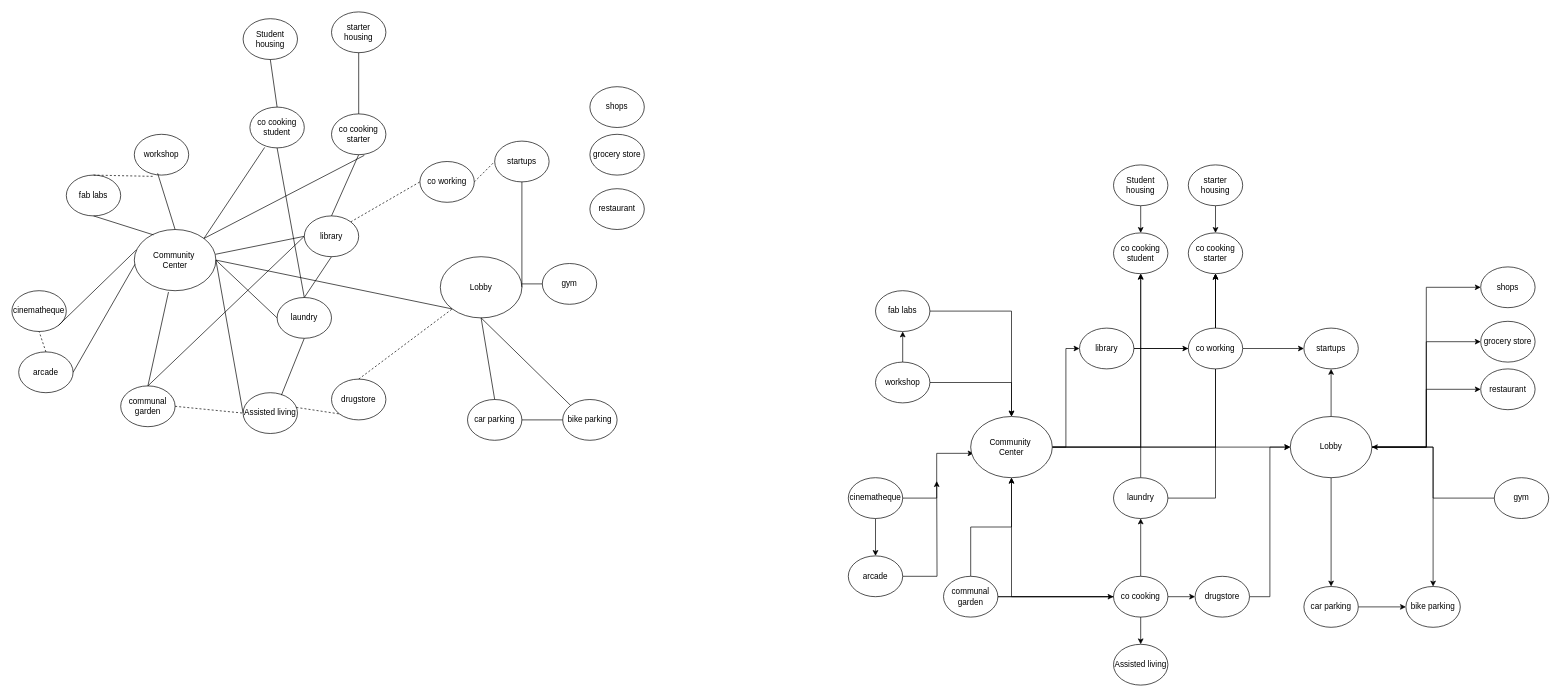
Before: webpage/docs/pdf/Metro_diag.drawio in Demnity/spatial_computing, a draw.io diagram. Source tidied: cells renumbered, new cells numbered last; positions are measured from the earlier drawing's top-left corner, leaving out a move shared by most shapes. Both pictures are drawn from the tidied source at 68%, with x=0, y=0 at pixel (12, 12).
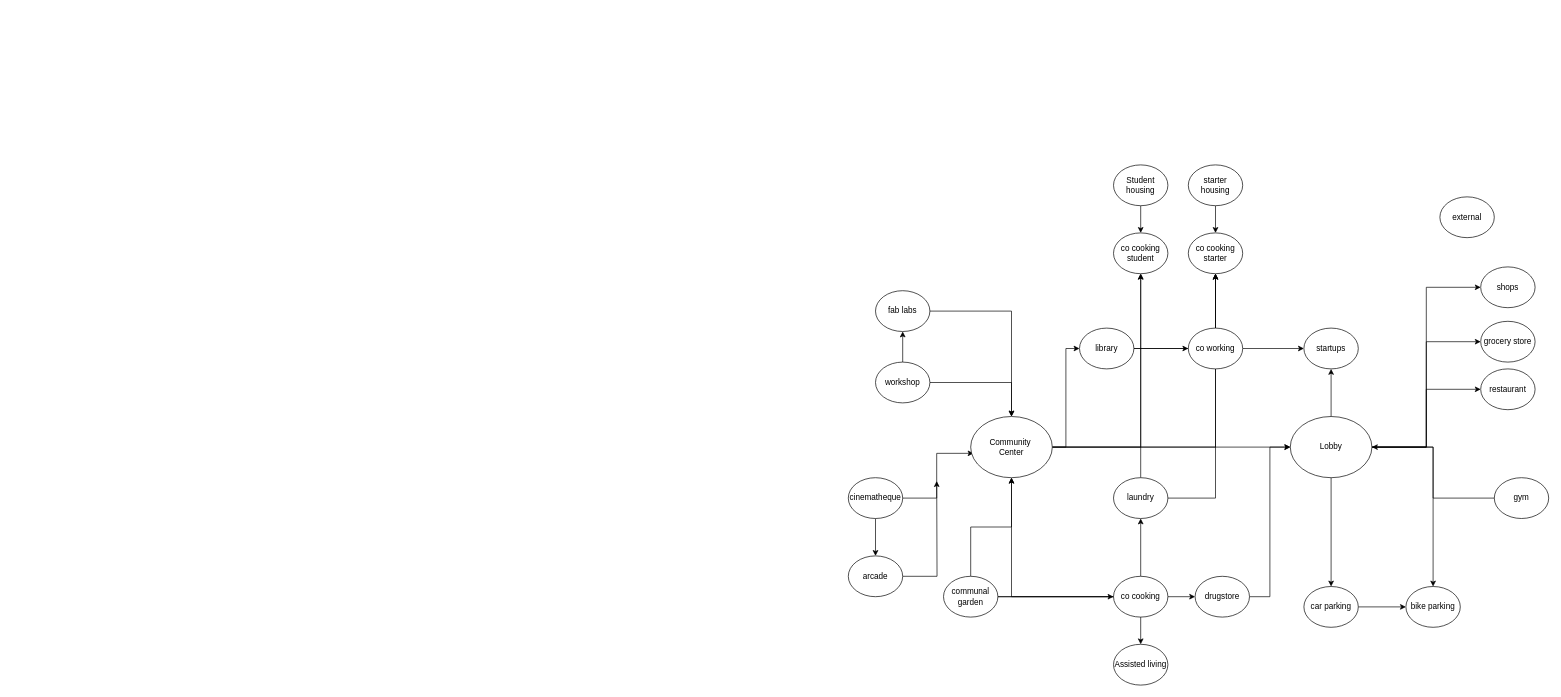
Above is the later version.

Change to the diagram source:
```diff
@@
-    <mxCell id="2" value="arcade" style="ellipse;whiteSpace=wrap;html=1;" parent="1" vertex="1">
-      <mxGeometry x="10" y="500" width="80" height="60" as="geometry" />
-    </mxCell>
-    <mxCell id="3" value="grocery store" style="ellipse;whiteSpace=wrap;html=1;" parent="1" vertex="1">
-      <mxGeometry x="850" y="180" width="80" height="60" as="geometry" />
-    </mxCell>
-    <mxCell id="4" value="workshop" style="ellipse;whiteSpace=wrap;html=1;" parent="1" vertex="1">
-      <mxGeometry x="180" y="180" width="80" height="60" as="geometry" />
-    </mxCell>
-    <mxCell id="5" value="restaurant" style="ellipse;whiteSpace=wrap;html=1;" parent="1" vertex="1">
-      <mxGeometry x="850" y="260" width="80" height="60" as="geometry" />
-    </mxCell>
-    <mxCell id="6" value="bike parking" style="ellipse;whiteSpace=wrap;html=1;" parent="1" vertex="1">
-      <mxGeometry x="810" y="570" width="80" height="60" as="geometry" />
-    </mxCell>
-    <mxCell id="7" value="Assisted living" style="ellipse;whiteSpace=wrap;html=1;" parent="1" vertex="1">
-      <mxGeometry x="340" y="560" width="80" height="60" as="geometry" />
-    </mxCell>
-    <mxCell id="8" value="car parking" style="ellipse;whiteSpace=wrap;html=1;" parent="1" vertex="1">
-      <mxGeometry x="670" y="570" width="80" height="60" as="geometry" />
-    </mxCell>
-    <mxCell id="9" value="fab labs" style="ellipse;whiteSpace=wrap;html=1;" parent="1" vertex="1">
-      <mxGeometry x="80" y="240" width="80" height="60" as="geometry" />
-    </mxCell>
-    <mxCell id="10" value="startups" style="ellipse;whiteSpace=wrap;html=1;" parent="1" vertex="1">
-      <mxGeometry x="710" y="190" width="80" height="60" as="geometry" />
-    </mxCell>
-    <mxCell id="11" value="cinematheque" style="ellipse;whiteSpace=wrap;html=1;" parent="1" vertex="1">
-      <mxGeometry y="410" width="80" height="60" as="geometry" />
-    </mxCell>
-    <mxCell id="12" value="drugstore" style="ellipse;whiteSpace=wrap;html=1;" parent="1" vertex="1">
-      <mxGeometry x="470" y="540" width="80" height="60" as="geometry" />
-    </mxCell>
-    <mxCell id="13" value="co cooking&lt;br&gt;starter" style="ellipse;whiteSpace=wrap;html=1;" parent="1" vertex="1">
-      <mxGeometry x="470" y="150" width="80" height="60" as="geometry" />
-    </mxCell>
-    <mxCell id="14" value="Student housing" style="ellipse;whiteSpace=wrap;html=1;" parent="1" vertex="1">
-      <mxGeometry x="340" y="10" width="80" height="60" as="geometry" />
-    </mxCell>
-    <mxCell id="15" value="starter housing" style="ellipse;whiteSpace=wrap;html=1;" parent="1" vertex="1">
-      <mxGeometry x="470" width="80" height="60" as="geometry" />
-    </mxCell>
-    <mxCell id="16" value="gym" style="ellipse;whiteSpace=wrap;html=1;" parent="1" vertex="1">
-      <mxGeometry x="780" y="370" width="80" height="60" as="geometry" />
-    </mxCell>
-    <mxCell id="17" value="communal&lt;br&gt;garden" style="ellipse;whiteSpace=wrap;html=1;" parent="1" vertex="1">
-      <mxGeometry x="160" y="550" width="80" height="60" as="geometry" />
-    </mxCell>
-    <mxCell id="18" value="shops" style="ellipse;whiteSpace=wrap;html=1;" parent="1" vertex="1">
-      <mxGeometry x="850" y="110" width="80" height="60" as="geometry" />
-    </mxCell>
-    <mxCell id="19" value="Community&amp;nbsp;&lt;br&gt;Center" style="ellipse;whiteSpace=wrap;html=1;" parent="1" vertex="1">
-      <mxGeometry x="180" y="320" width="120" height="90" as="geometry" />
-    </mxCell>
-    <mxCell id="20" value="Lobby" style="ellipse;whiteSpace=wrap;html=1;" parent="1" vertex="1">
-      <mxGeometry x="630" y="360" width="120" height="90" as="geometry" />
-    </mxCell>
-    <mxCell id="21" value="co cooking&lt;br&gt;student" style="ellipse;whiteSpace=wrap;html=1;" parent="1" vertex="1">
-      <mxGeometry x="350" y="140" width="80" height="60" as="geometry" />
-    </mxCell>
-    <mxCell id="22" style="endArrow=none;html=1;rounded=0;entryX=0.5;entryY=1;entryDx=0;entryDy=0;exitX=0.5;exitY=0;exitDx=0;exitDy=0;" parent="1" edge="1" source="8" target="20">
-      <mxGeometry relative="1" as="geometry" />
-    </mxCell>
-    <mxCell id="23" style="endArrow=none;html=1;rounded=0;entryX=0.5;entryY=1;entryDx=0;entryDy=0;exitX=0;exitY=0;exitDx=0;exitDy=0;" parent="1" edge="1" source="6" target="20">
-      <mxGeometry relative="1" as="geometry" />
-    </mxCell>
-    <mxCell id="24" style="endArrow=none;html=1;rounded=0;entryX=0;entryY=0.5;entryDx=0;entryDy=0;exitX=1;exitY=0.5;exitDx=0;exitDy=0;" parent="1" edge="1" source="8" target="6">
-      <mxGeometry relative="1" as="geometry" />
-    </mxCell>
-    <mxCell id="25" style="endArrow=none;html=1;rounded=0;entryX=0.5;entryY=1;entryDx=0;entryDy=0;exitX=0.5;exitY=0;exitDx=0;exitDy=0;" parent="1" edge="1" source="48" target="21">
-      <mxGeometry relative="1" as="geometry" />
-    </mxCell>
-    <mxCell id="26" style="endArrow=none;html=1;rounded=0;exitX=1;exitY=0;exitDx=0;exitDy=0;entryX=0.271;entryY=0.988;entryDx=0;entryDy=0;entryPerimeter=0;" parent="1" edge="1" source="19" target="21">
-      <mxGeometry relative="1" as="geometry" />
-    </mxCell>
-    <mxCell id="27" style="endArrow=none;html=1;rounded=0;exitX=1;exitY=0.5;exitDx=0;exitDy=0;entryX=0;entryY=0.5;entryDx=0;entryDy=0;" parent="1" edge="1" source="19" target="7">
-      <mxGeometry relative="1" as="geometry" />
-    </mxCell>
-    <mxCell id="28" style="endArrow=none;html=1;rounded=0;entryX=0.704;entryY=0.061;entryDx=0;entryDy=0;exitX=0.5;exitY=1;exitDx=0;exitDy=0;entryPerimeter=0;" parent="1" edge="1" source="48" target="7">
-      <mxGeometry relative="1" as="geometry" />
-    </mxCell>
-    <mxCell id="29" style="endArrow=none;html=1;rounded=0;entryX=0.603;entryY=1.016;entryDx=0;entryDy=0;entryPerimeter=0;exitX=1;exitY=0;exitDx=0;exitDy=0;" parent="1" edge="1" source="19" target="13">
-      <mxGeometry relative="1" as="geometry" />
-    </mxCell>
-    <mxCell id="30" style="endArrow=none;html=1;rounded=0;entryX=0.5;entryY=1;entryDx=0;entryDy=0;exitX=0.5;exitY=0;exitDx=0;exitDy=0;startArrow=none;" parent="1" edge="1" source="53" target="13">
-      <mxGeometry relative="1" as="geometry" />
-    </mxCell>
-    <mxCell id="31" style="endArrow=none;html=1;rounded=0;entryX=0.5;entryY=1;entryDx=0;entryDy=0;exitX=0.5;exitY=0;exitDx=0;exitDy=0;" parent="1" edge="1" source="21" target="14">
-      <mxGeometry relative="1" as="geometry" />
-    </mxCell>
-    <mxCell id="32" style="endArrow=none;html=1;rounded=0;entryX=0.5;entryY=1;entryDx=0;entryDy=0;exitX=0.5;exitY=0;exitDx=0;exitDy=0;" parent="1" edge="1" source="13" target="15">
-      <mxGeometry relative="1" as="geometry" />
-    </mxCell>
-    <mxCell id="33" style="endArrow=none;html=1;rounded=0;entryX=0.5;entryY=1;entryDx=0;entryDy=0;exitX=0.235;exitY=0.088;exitDx=0;exitDy=0;exitPerimeter=0;" parent="1" edge="1" source="19" target="9">
-      <mxGeometry relative="1" as="geometry" />
-    </mxCell>
-    <mxCell id="34" style="endArrow=none;html=1;rounded=0;entryX=1;entryY=1;entryDx=0;entryDy=0;exitX=0.025;exitY=0.333;exitDx=0;exitDy=0;exitPerimeter=0;" parent="1" edge="1" source="19" target="11">
-      <mxGeometry relative="1" as="geometry" />
-    </mxCell>
-    <mxCell id="35" style="endArrow=none;html=1;rounded=0;entryX=1;entryY=0.5;entryDx=0;entryDy=0;exitX=0.008;exitY=0.57;exitDx=0;exitDy=0;exitPerimeter=0;" parent="1" edge="1" source="19" target="2">
-      <mxGeometry relative="1" as="geometry" />
-    </mxCell>
-    <mxCell id="36" style="endArrow=none;html=1;rounded=0;exitX=0.995;exitY=0.405;exitDx=0;exitDy=0;entryX=0;entryY=0.5;entryDx=0;entryDy=0;startArrow=none;exitPerimeter=0;" parent="1" edge="1" source="19" target="53">
-      <mxGeometry relative="1" as="geometry" />
-    </mxCell>
-    <mxCell id="37" style="endArrow=none;html=1;rounded=0;exitX=0.5;exitY=0;exitDx=0;exitDy=0;entryX=0.419;entryY=1.022;entryDx=0;entryDy=0;entryPerimeter=0;" parent="1" edge="1" source="17" target="19">
-      <mxGeometry relative="1" as="geometry" />
-    </mxCell>
-    <mxCell id="38" style="endArrow=none;html=1;rounded=0;exitX=1;exitY=0.5;exitDx=0;exitDy=0;entryX=0;entryY=1;entryDx=0;entryDy=0;" parent="1" edge="1" source="19" target="20">
-      <mxGeometry relative="1" as="geometry" />
-    </mxCell>
-    <mxCell id="39" style="endArrow=none;html=1;rounded=0;entryX=0.5;entryY=1;entryDx=0;entryDy=0;exitX=1;exitY=0.5;exitDx=0;exitDy=0;" parent="1" edge="1" source="20" target="10">
-      <mxGeometry relative="1" as="geometry" />
-    </mxCell>
-    <mxCell id="40" style="endArrow=none;html=1;rounded=0;entryX=0;entryY=0.5;entryDx=0;entryDy=0;" parent="1" edge="1" target="16">
-      <mxGeometry relative="1" as="geometry">
-        <mxPoint x="750" y="400" as="sourcePoint" />
-      </mxGeometry>
-    </mxCell>
-    <mxCell id="41" style="endArrow=none;html=1;rounded=0;exitX=0.5;exitY=0;exitDx=0;exitDy=0;entryX=0.429;entryY=0.956;entryDx=0;entryDy=0;entryPerimeter=0;" parent="1" edge="1" source="19" target="4">
-      <mxGeometry relative="1" as="geometry" />
-    </mxCell>
-    <mxCell id="42" style="endArrow=none;dashed=1;html=1;rounded=0;exitX=0.979;exitY=0.361;exitDx=0;exitDy=0;exitPerimeter=0;entryX=0;entryY=1;entryDx=0;entryDy=0;" parent="1" edge="1" source="7" target="12">
-      <mxGeometry relative="1" as="geometry" />
-    </mxCell>
-    <mxCell id="43" style="endArrow=none;dashed=1;html=1;rounded=0;entryX=0;entryY=1;entryDx=0;entryDy=0;exitX=0.5;exitY=0;exitDx=0;exitDy=0;" parent="1" edge="1" source="12" target="20">
-      <mxGeometry relative="1" as="geometry" />
-    </mxCell>
-    <mxCell id="44" style="endArrow=none;dashed=1;html=1;rounded=0;entryX=0.5;entryY=1;entryDx=0;entryDy=0;exitX=0.5;exitY=0;exitDx=0;exitDy=0;" parent="1" edge="1" source="2" target="11">
-      <mxGeometry relative="1" as="geometry" />
-    </mxCell>
-    <mxCell id="45" style="endArrow=none;dashed=1;html=1;rounded=0;entryX=0;entryY=0.5;entryDx=0;entryDy=0;exitX=1;exitY=0.5;exitDx=0;exitDy=0;" parent="1" edge="1" source="17" target="7">
-      <mxGeometry relative="1" as="geometry" />
-    </mxCell>
-    <mxCell id="46" style="endArrow=none;dashed=1;html=1;rounded=0;entryX=0;entryY=0.5;entryDx=0;entryDy=0;exitX=1;exitY=0.5;exitDx=0;exitDy=0;" parent="1" edge="1" source="50" target="10">
-      <mxGeometry relative="1" as="geometry" />
-    </mxCell>
-    <mxCell id="47" style="endArrow=none;dashed=1;html=1;rounded=0;entryX=0;entryY=0.5;entryDx=0;entryDy=0;exitX=1;exitY=0;exitDx=0;exitDy=0;" parent="1" edge="1" source="53" target="50">
-      <mxGeometry relative="1" as="geometry" />
-    </mxCell>
-    <mxCell id="48" value="laundry" style="ellipse;whiteSpace=wrap;html=1;" parent="1" vertex="1">
-      <mxGeometry x="390" y="420" width="80" height="60" as="geometry" />
-    </mxCell>
-    <mxCell id="49" style="endArrow=none;html=1;rounded=0;exitX=1;exitY=0.5;exitDx=0;exitDy=0;entryX=0;entryY=0.5;entryDx=0;entryDy=0;" parent="1" edge="1" source="19" target="48">
-      <mxGeometry relative="1" as="geometry" />
-    </mxCell>
-    <mxCell id="50" value="co working" style="ellipse;whiteSpace=wrap;html=1;" parent="1" vertex="1">
-      <mxGeometry x="600" y="220" width="80" height="60" as="geometry" />
-    </mxCell>
-    <mxCell id="51" style="endArrow=none;html=1;rounded=0;entryX=0;entryY=0.5;entryDx=0;entryDy=0;exitX=0.5;exitY=0;exitDx=0;exitDy=0;" parent="1" edge="1" source="17" target="53">
-      <mxGeometry relative="1" as="geometry" />
-    </mxCell>
-    <mxCell id="52" style="endArrow=none;dashed=1;html=1;rounded=0;exitX=0.5;exitY=0;exitDx=0;exitDy=0;entryX=0.374;entryY=1.032;entryDx=0;entryDy=0;entryPerimeter=0;" parent="1" edge="1" source="9" target="4">
-      <mxGeometry relative="1" as="geometry" />
-    </mxCell>
-    <mxCell id="53" value="library" style="ellipse;whiteSpace=wrap;html=1;" parent="1" vertex="1">
-      <mxGeometry x="430" y="300" width="80" height="60" as="geometry" />
-    </mxCell>
-    <mxCell id="54" style="endArrow=none;html=1;rounded=0;entryX=0.5;entryY=1;entryDx=0;entryDy=0;exitX=0.5;exitY=0;exitDx=0;exitDy=0;" parent="1" edge="1" source="48" target="53">
-      <mxGeometry relative="1" as="geometry" />
-    </mxCell>
@@
+    <mxCell id="113" value="external" style="ellipse;whiteSpace=wrap;html=1;" parent="1" vertex="1">
+      <mxGeometry x="2100" y="272" width="80" height="60" as="geometry" />
+    </mxCell>
```
